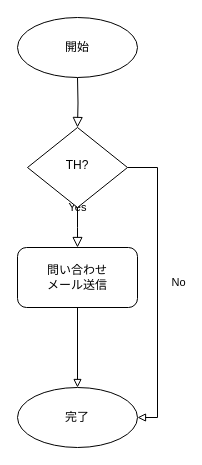
This is Untitled Diagram.drawio from dev20220810/bright-light-ventures-ph-documentation, a draw.io file, before an edit. Source tidied: cells renumbered, new cells numbered last; positions are measured from the earlier drawing's top-left corner, leaving out a move shared by most shapes. Both pictures are drawn from the tidied source at 100%, with x=0, y=0 at pixel (17, 17).
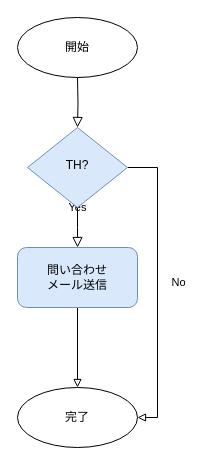
The same diagram, later.

Change to the diagram source:
```diff
@@
 <mxGraphModel>
   <root>
     <mxCell id="0" />
     <mxCell id="1" parent="0" />
     <mxCell id="2" style="rounded=0;html=1;jettySize=auto;fontSize=11;endArrow=block;endFill=0;endSize=8;strokeWidth=1;shadow=0;labelBackgroundColor=none;edgeStyle=orthogonalEdgeStyle;" parent="1" edge="1" target="6">
       <mxGeometry relative="1" as="geometry">
         <mxPoint x="60" y="60" as="sourcePoint" />
       </mxGeometry>
     </mxCell>
     <mxCell id="3" value="Yes" style="rounded=0;html=1;jettySize=auto;fontSize=11;endArrow=block;endFill=0;endSize=8;strokeWidth=1;shadow=0;labelBackgroundColor=none;edgeStyle=orthogonalEdgeStyle;" parent="1" edge="1" source="6">
       <mxGeometry y="20" relative="1" as="geometry">
         <mxPoint x="60" y="230" as="targetPoint" />
       </mxGeometry>
     </mxCell>
     <mxCell id="4" style="edgeStyle=orthogonalEdgeStyle;rounded=0;jettySize=auto;html=1;endArrow=block;endFill=0;entryX=1;entryY=0.5;entryDx=0;entryDy=0;" parent="1" edge="1" source="6" target="10">
       <mxGeometry relative="1" as="geometry">
         <Array as="points">
           <mxPoint x="140" y="150" />
           <mxPoint x="140" y="400" />
         </Array>
       </mxGeometry>
     </mxCell>
     <mxCell id="5" value="No" style="edgeLabel;html=1;align=center;verticalAlign=middle;" parent="4" vertex="1">
       <mxGeometry x="-0.1" y="-1" relative="1" as="geometry">
         <mxPoint x="21" y="9" as="offset" />
       </mxGeometry>
     </mxCell>
-    <mxCell id="6" value="TH?" style="rhombus;whiteSpace=wrap;html=1;shadow=0;fontFamily=Helvetica;fontSize=12;align=center;strokeWidth=1;spacing=6;spacingTop=-4;" parent="1" vertex="1">
+    <mxCell id="6" value="TH?" style="rhombus;whiteSpace=wrap;html=1;shadow=0;fontFamily=Helvetica;fontSize=12;align=center;strokeWidth=1;spacing=6;spacingTop=-4;fillColor=#dae8fc;strokeColor=#6c8ebf;" parent="1" vertex="1">
       <mxGeometry x="10" y="110" width="100" height="80" as="geometry" />
     </mxCell>
     <mxCell id="7" style="edgeStyle=orthogonalEdgeStyle;rounded=0;jettySize=auto;html=1;entryX=0.5;entryY=0;entryDx=0;entryDy=0;endArrow=block;endFill=0;exitX=0.5;exitY=1;exitDx=0;exitDy=0;" parent="1" edge="1" source="8" target="10">
       <mxGeometry relative="1" as="geometry" />
     </mxCell>
-    <mxCell id="8" value="問い合わせ&lt;br&gt;メール送信" style="rounded=1;whiteSpace=wrap;html=1;" parent="1" vertex="1">
+    <mxCell id="8" value="問い合わせ&lt;br&gt;メール送信" style="rounded=1;whiteSpace=wrap;html=1;fillColor=#dae8fc;strokeColor=#6c8ebf;" parent="1" vertex="1">
       <mxGeometry y="230" width="120" height="60" as="geometry" />
     </mxCell>
     <mxCell id="9" value="開始" style="ellipse;whiteSpace=wrap;html=1;" parent="1" vertex="1">
       <mxGeometry width="120" height="60" as="geometry" />
     </mxCell>
     <mxCell id="10" value="完了" style="ellipse;whiteSpace=wrap;html=1;" parent="1" vertex="1">
       <mxGeometry y="370" width="120" height="60" as="geometry" />
     </mxCell>
   </root>
 </mxGraphModel>
```
